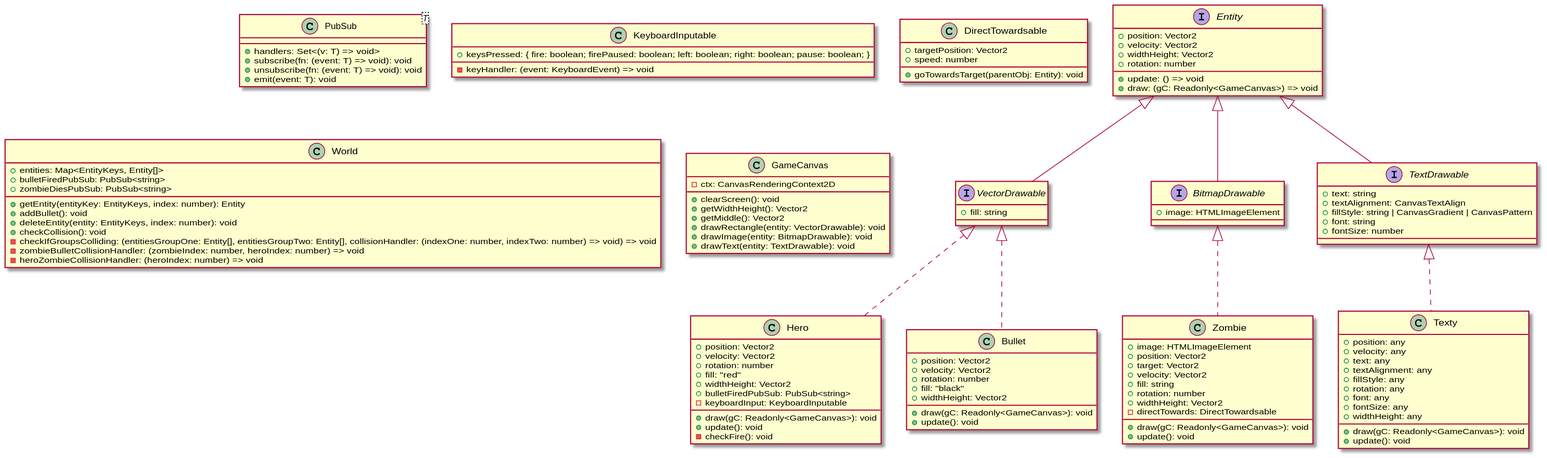
Above: uml.svg in David-Else/zombie-attack-4 (PlantUML), before the change.
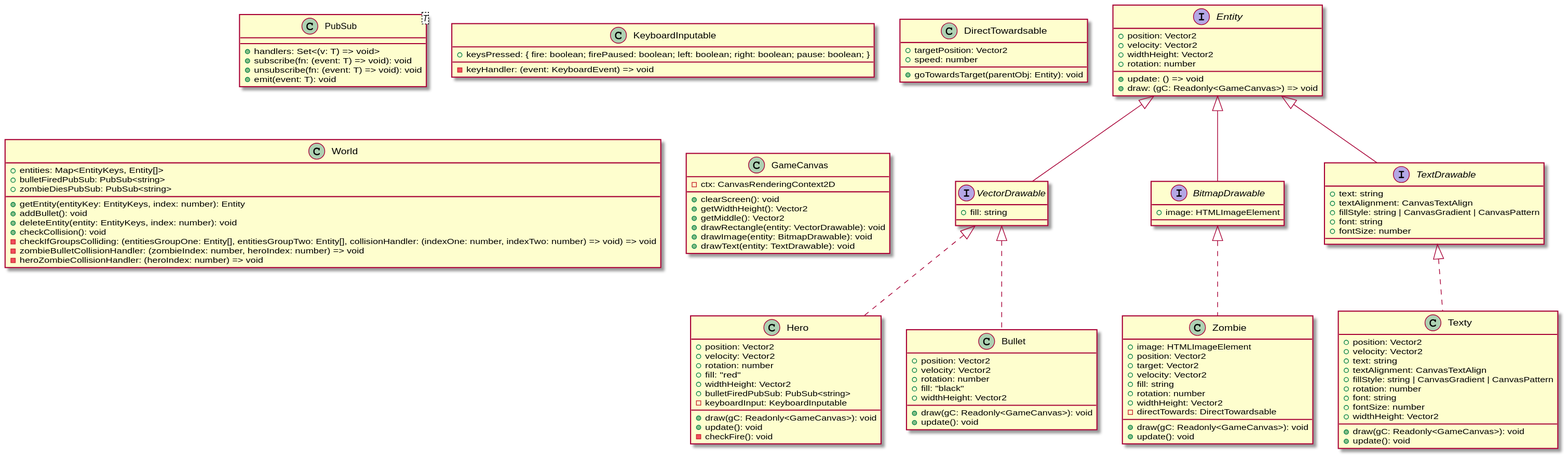
The same diagram one commit later.

What changed in the source:
```diff
@@ -39,15 +39,15 @@
     +update(): void
 }
 class Texty implements TextDrawable {
-    +position: any
-    +velocity: any
-    +text: any
-    +textAlignment: any
-    +fillStyle: any
-    +rotation: any
-    +font: any
-    +fontSize: any
-    +widthHeight: any
+    +position: Vector2
+    +velocity: Vector2
+    +text: string
+    +textAlignment: CanvasTextAlign
+    +fillStyle: string | CanvasGradient | CanvasPattern
+    +rotation: number
+    +font: string
+    +fontSize: number
+    +widthHeight: Vector2
     +draw(gC: Readonly<GameCanvas>): void
     +update(): void
 }
```
